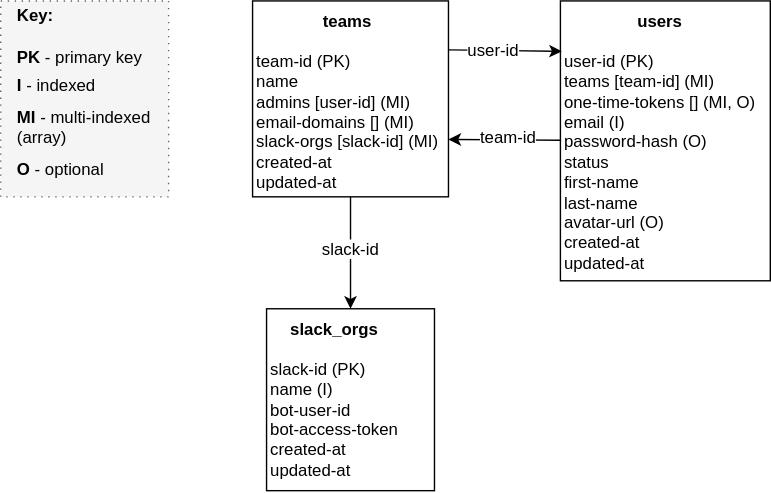
open-company/open-company-auth keeps this draw.io diagram as docs/OC-Auth-Schema.svg. Above is the earlier version. Source tidied: cells renumbered, new cells last; positions are measured from the earlier drawing's top-left corner, leaving out a move shared by most shapes. Its diagram source:
```xml
<mxGraphModel background="#ffffff">
  <root>
    <mxCell id="0" />
    <mxCell id="1" parent="0" />
    <mxCell id="2" style="whiteSpace=wrap;html=1;fontSize=12;fontColor=#000000;align=left;fillColor=#f5f5f5;strokeColor=#666666;dashed=1;dashPattern=1 4;" parent="1" vertex="1">
      <mxGeometry width="120" height="140" as="geometry" />
    </mxCell>
    <mxCell id="3" value="&lt;div style=&quot;text-align: center&quot;&gt;&lt;font color=&quot;#000000&quot;&gt;&lt;b&gt;teams&lt;/b&gt;&lt;/font&gt;&lt;/div&gt;&lt;div&gt;&lt;font color=&quot;#000000&quot;&gt;&lt;br&gt;&lt;/font&gt;&lt;/div&gt;&lt;div&gt;&lt;font color=&quot;#000000&quot;&gt;team-id (PK)&lt;/font&gt;&lt;/div&gt;&lt;div&gt;&lt;font color=&quot;#000000&quot;&gt;name&lt;/font&gt;&lt;/div&gt;&lt;div&gt;&lt;font color=&quot;#000000&quot;&gt;admins [user-id] (MI)&lt;/font&gt;&lt;/div&gt;&lt;div&gt;&lt;font color=&quot;#000000&quot;&gt;email-domains [] (MI)&lt;/font&gt;&lt;/div&gt;&lt;div&gt;&lt;font color=&quot;#000000&quot;&gt;slack-orgs [slack-id] (MI)&lt;/font&gt;&lt;/div&gt;&lt;div&gt;&lt;font color=&quot;#000000&quot;&gt;created-at&lt;/font&gt;&lt;/div&gt;&lt;div&gt;&lt;font color=&quot;#000000&quot;&gt;updated-at&lt;/font&gt;&lt;/div&gt;" style="whiteSpace=wrap;html=1;fontSize=12;fontColor=#000000;align=left;verticalAlign=top;" parent="1" vertex="1">
      <mxGeometry x="180" width="140" height="140" as="geometry" />
    </mxCell>
    <mxCell id="4" value="&lt;div style=&quot;text-align: center&quot;&gt;&lt;div style=&quot;text-align: center&quot;&gt;&lt;b&gt;users&lt;/b&gt;&lt;/div&gt;&lt;div style=&quot;text-align: left&quot;&gt;&lt;br&gt;&lt;/div&gt;&lt;div style=&quot;text-align: left&quot;&gt;user-id (PK)&lt;/div&gt;&lt;div style=&quot;text-align: left&quot;&gt;teams [team-id] (MI)&lt;/div&gt;&lt;div style=&quot;text-align: left&quot;&gt;one-time-tokens [] (MI, O)&lt;/div&gt;&lt;div style=&quot;text-align: left&quot;&gt;email (I)&lt;/div&gt;&lt;div style=&quot;text-align: left&quot;&gt;password-hash (O)&lt;/div&gt;&lt;div style=&quot;text-align: left&quot;&gt;status&lt;/div&gt;&lt;div style=&quot;text-align: left&quot;&gt;first-name&lt;/div&gt;&lt;div style=&quot;text-align: left&quot;&gt;last-name&lt;/div&gt;&lt;div style=&quot;text-align: left&quot;&gt;avatar-url (O)&lt;/div&gt;&lt;div style=&quot;text-align: left&quot;&gt;created-at&lt;/div&gt;&lt;div style=&quot;text-align: left&quot;&gt;updated-at&lt;/div&gt;&lt;/div&gt;" style="whiteSpace=wrap;html=1;fontSize=12;fontColor=#000000;align=left;verticalAlign=top;" parent="1" vertex="1">
      <mxGeometry x="400" width="150" height="200" as="geometry" />
    </mxCell>
    <mxCell id="5" style="endArrow=classic;html=1;strokeColor=#000000;fontSize=12;fontColor=#000000;exitX=1;exitY=0.25;entryX=0.007;entryY=0.18;entryPerimeter=0;" parent="1" edge="1" source="3" target="4">
      <mxGeometry relative="1" as="geometry" />
    </mxCell>
    <mxCell id="6" value="user-id" style="text;html=1;align=center;verticalAlign=middle;labelBackgroundColor=#ffffff;fontSize=12;fontColor=#000000;" parent="5" vertex="1">
      <mxGeometry x="-0.1" y="-3" relative="1" as="geometry">
        <mxPoint x="-4" y="-4" as="offset" />
      </mxGeometry>
    </mxCell>
    <mxCell id="7" style="endArrow=classic;html=1;strokeColor=#000000;fontSize=12;fontColor=#000000;entryX=1;entryY=0.707;entryPerimeter=0;" parent="1" edge="1" source="4" target="3">
      <mxGeometry relative="1" as="geometry" />
    </mxCell>
    <mxCell id="8" value="team-id" style="text;html=1;align=center;verticalAlign=middle;labelBackgroundColor=#ffffff;fontSize=12;fontColor=#000000;" parent="7" vertex="1">
      <mxGeometry x="-0.04" y="-3" relative="1" as="geometry" />
    </mxCell>
    <mxCell id="9" value="&lt;div style=&quot;text-align: center&quot;&gt;&lt;font color=&quot;#000000&quot;&gt;&lt;b&gt;slack_orgs&lt;/b&gt;&lt;/font&gt;&lt;/div&gt;&lt;div&gt;&lt;font color=&quot;#000000&quot;&gt;&lt;br&gt;&lt;/font&gt;&lt;/div&gt;&lt;div&gt;&lt;font color=&quot;#000000&quot;&gt;slack-id (PK)&lt;/font&gt;&lt;/div&gt;&lt;div&gt;&lt;font color=&quot;#000000&quot;&gt;name (I)&lt;/font&gt;&lt;/div&gt;&lt;div&gt;&lt;span&gt;bot-user-id&lt;/span&gt;&lt;br&gt;&lt;/div&gt;&lt;div&gt;&lt;span&gt;bot-access-token&lt;/span&gt;&lt;/div&gt;&lt;div&gt;&lt;font color=&quot;#000000&quot;&gt;created-at&lt;/font&gt;&lt;/div&gt;&lt;div&gt;&lt;font color=&quot;#000000&quot;&gt;updated-at&lt;/font&gt;&lt;/div&gt;" style="whiteSpace=wrap;html=1;fontSize=12;fontColor=#000000;align=left;verticalAlign=top;" parent="1" vertex="1">
      <mxGeometry x="190" y="220" width="120" height="130" as="geometry" />
    </mxCell>
    <mxCell id="10" style="endArrow=classic;html=1;strokeColor=#000000;fontSize=12;fontColor=#000000;" parent="1" edge="1" source="3" target="9">
      <mxGeometry relative="1" as="geometry" />
    </mxCell>
    <mxCell id="11" value="slack-id" style="text;html=1;align=center;verticalAlign=middle;labelBackgroundColor=#ffffff;fontSize=12;fontColor=#000000;" parent="10" vertex="1">
      <mxGeometry x="-0.1" relative="1" as="geometry" />
    </mxCell>
    <mxCell id="12" value="&lt;b&gt;Key:&lt;/b&gt;" style="text;html=1;strokeColor=none;fillColor=none;align=left;verticalAlign=middle;whiteSpace=wrap;" parent="1" vertex="1">
      <mxGeometry x="10" width="40" height="20" as="geometry" />
    </mxCell>
    <mxCell id="13" value="&lt;b&gt;PK&lt;/b&gt; - primary key" style="text;html=1;strokeColor=none;fillColor=none;align=left;verticalAlign=middle;whiteSpace=wrap;fontSize=12;fontColor=#000000;" parent="1" vertex="1">
      <mxGeometry x="10" y="30" width="110" height="20" as="geometry" />
    </mxCell>
    <mxCell id="14" value="&lt;b&gt;I&lt;/b&gt; - indexed" style="text;html=1;strokeColor=none;fillColor=none;align=left;verticalAlign=middle;whiteSpace=wrap;fontSize=12;fontColor=#000000;" parent="1" vertex="1">
      <mxGeometry x="10" y="50" width="110" height="20" as="geometry" />
    </mxCell>
    <mxCell id="15" value="&lt;b&gt;MI&lt;/b&gt; - multi-indexed (array)" style="text;html=1;strokeColor=none;fillColor=none;align=left;verticalAlign=middle;whiteSpace=wrap;fontSize=12;fontColor=#000000;" parent="1" vertex="1">
      <mxGeometry x="10" y="80" width="110" height="20" as="geometry" />
    </mxCell>
    <mxCell id="16" value="&lt;b&gt;O&lt;/b&gt; - optional" style="text;html=1;strokeColor=none;fillColor=none;align=left;verticalAlign=middle;whiteSpace=wrap;fontSize=12;fontColor=#000000;" parent="1" vertex="1">
      <mxGeometry x="10" y="110" width="110" height="20" as="geometry" />
    </mxCell>
    <mxCell id="17" style="edgeStyle=orthogonalEdgeStyle;rounded=0;html=1;exitX=0.25;exitY=1;entryX=0.25;entryY=1;endArrow=none;endFill=0;jettySize=auto;orthogonalLoop=1;strokeColor=#000000;fontSize=12;fontColor=#000000;" parent="1" edge="1" source="9" target="9">
      <mxGeometry relative="1" as="geometry" />
    </mxCell>
    <mxCell id="18" style="edgeStyle=orthogonalEdgeStyle;rounded=0;html=1;exitX=0.5;exitY=1;endArrow=none;endFill=0;jettySize=auto;orthogonalLoop=1;strokeColor=#000000;fontSize=12;fontColor=#000000;" parent="1" edge="1" source="9" target="9">
      <mxGeometry relative="1" as="geometry" />
    </mxCell>
  </root>
</mxGraphModel>
```
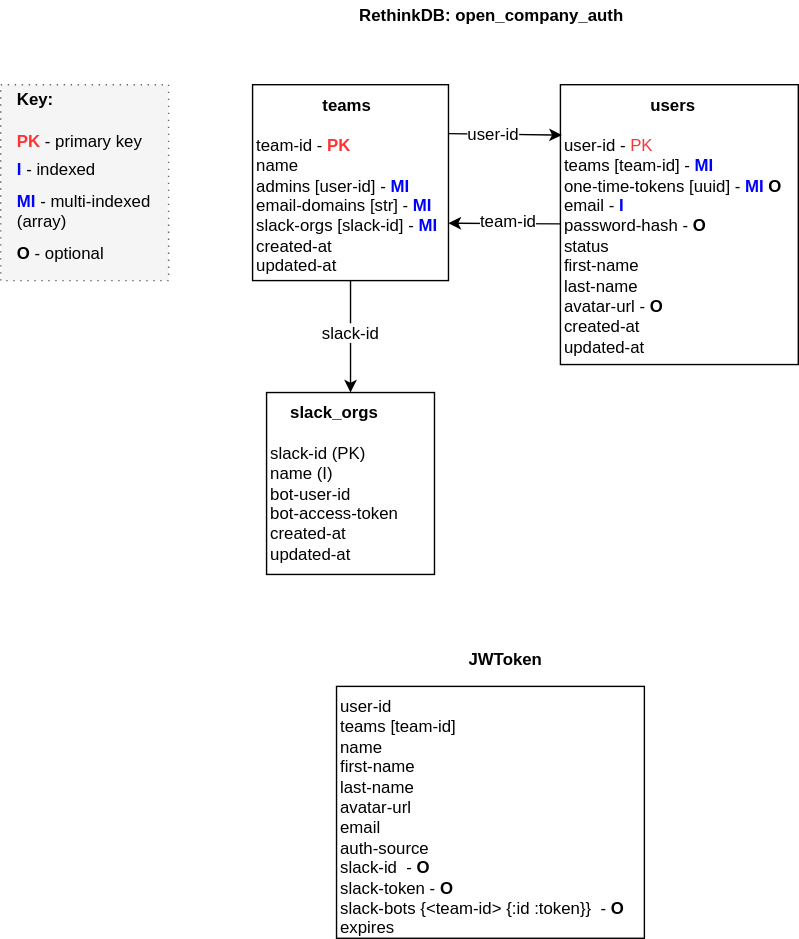
After the change.

Commit message:
Use JWToken schema check from oc.lib. Some minor code cleanup.

What changed in the source:
```diff
@@ -5,11 +5,11 @@
     <mxCell id="2" style="whiteSpace=wrap;html=1;fontSize=12;fontColor=#000000;align=left;fillColor=#f5f5f5;strokeColor=#666666;dashed=1;dashPattern=1 4;" parent="1" vertex="1">
       <mxGeometry width="120" height="140" as="geometry" />
     </mxCell>
-    <mxCell id="3" value="&lt;div style=&quot;text-align: center&quot;&gt;&lt;font color=&quot;#000000&quot;&gt;&lt;b&gt;teams&lt;/b&gt;&lt;/font&gt;&lt;/div&gt;&lt;div&gt;&lt;font color=&quot;#000000&quot;&gt;&lt;br&gt;&lt;/font&gt;&lt;/div&gt;&lt;div&gt;&lt;font color=&quot;#000000&quot;&gt;team-id (PK)&lt;/font&gt;&lt;/div&gt;&lt;div&gt;&lt;font color=&quot;#000000&quot;&gt;name&lt;/font&gt;&lt;/div&gt;&lt;div&gt;&lt;font color=&quot;#000000&quot;&gt;admins [user-id] (MI)&lt;/font&gt;&lt;/div&gt;&lt;div&gt;&lt;font color=&quot;#000000&quot;&gt;email-domains [] (MI)&lt;/font&gt;&lt;/div&gt;&lt;div&gt;&lt;font color=&quot;#000000&quot;&gt;slack-orgs [slack-id] (MI)&lt;/font&gt;&lt;/div&gt;&lt;div&gt;&lt;font color=&quot;#000000&quot;&gt;created-at&lt;/font&gt;&lt;/div&gt;&lt;div&gt;&lt;font color=&quot;#000000&quot;&gt;updated-at&lt;/font&gt;&lt;/div&gt;" style="whiteSpace=wrap;html=1;fontSize=12;fontColor=#000000;align=left;verticalAlign=top;" parent="1" vertex="1">
+    <mxCell id="3" value="&lt;div style=&quot;text-align: center&quot;&gt;&lt;font color=&quot;#000000&quot;&gt;&lt;b&gt;teams&lt;/b&gt;&lt;/font&gt;&lt;/div&gt;&lt;div&gt;&lt;font color=&quot;#000000&quot;&gt;&lt;br&gt;&lt;/font&gt;&lt;/div&gt;&lt;div&gt;&lt;font color=&quot;#000000&quot;&gt;team-id -&amp;nbsp;&lt;/font&gt;&lt;font color=&quot;#ff3333&quot;&gt;&lt;b&gt;PK&lt;/b&gt;&lt;/font&gt;&lt;/div&gt;&lt;div&gt;&lt;font color=&quot;#000000&quot;&gt;name&lt;/font&gt;&lt;/div&gt;&lt;div&gt;&lt;font color=&quot;#000000&quot;&gt;admins [user-id] -&amp;nbsp;&lt;/font&gt;&lt;font color=&quot;#0000ff&quot;&gt;&lt;b&gt;MI&lt;/b&gt;&lt;/font&gt;&lt;/div&gt;&lt;div&gt;email-domains [str] - &lt;b&gt;&lt;font color=&quot;#0000ff&quot;&gt;MI&lt;/font&gt;&lt;/b&gt;&lt;/div&gt;&lt;div&gt;slack-orgs [slack-id] - &lt;b&gt;&lt;font color=&quot;#0000ff&quot;&gt;MI&lt;/font&gt;&lt;/b&gt;&lt;/div&gt;&lt;div&gt;&lt;font color=&quot;#000000&quot;&gt;created-at&lt;/font&gt;&lt;/div&gt;&lt;div&gt;&lt;font color=&quot;#000000&quot;&gt;updated-at&lt;/font&gt;&lt;/div&gt;" style="whiteSpace=wrap;html=1;fontSize=12;fontColor=#000000;align=left;verticalAlign=top;" parent="1" vertex="1">
       <mxGeometry x="180" width="140" height="140" as="geometry" />
     </mxCell>
-    <mxCell id="4" value="&lt;div style=&quot;text-align: center&quot;&gt;&lt;div style=&quot;text-align: center&quot;&gt;&lt;b&gt;users&lt;/b&gt;&lt;/div&gt;&lt;div style=&quot;text-align: left&quot;&gt;&lt;br&gt;&lt;/div&gt;&lt;div style=&quot;text-align: left&quot;&gt;user-id (PK)&lt;/div&gt;&lt;div style=&quot;text-align: left&quot;&gt;teams [team-id] (MI)&lt;/div&gt;&lt;div style=&quot;text-align: left&quot;&gt;one-time-tokens [] (MI, O)&lt;/div&gt;&lt;div style=&quot;text-align: left&quot;&gt;email (I)&lt;/div&gt;&lt;div style=&quot;text-align: left&quot;&gt;password-hash (O)&lt;/div&gt;&lt;div style=&quot;text-align: left&quot;&gt;status&lt;/div&gt;&lt;div style=&quot;text-align: left&quot;&gt;first-name&lt;/div&gt;&lt;div style=&quot;text-align: left&quot;&gt;last-name&lt;/div&gt;&lt;div style=&quot;text-align: left&quot;&gt;avatar-url (O)&lt;/div&gt;&lt;div style=&quot;text-align: left&quot;&gt;created-at&lt;/div&gt;&lt;div style=&quot;text-align: left&quot;&gt;updated-at&lt;/div&gt;&lt;/div&gt;" style="whiteSpace=wrap;html=1;fontSize=12;fontColor=#000000;align=left;verticalAlign=top;" parent="1" vertex="1">
-      <mxGeometry x="400" width="150" height="200" as="geometry" />
+    <mxCell id="4" value="&lt;div style=&quot;text-align: center&quot;&gt;&lt;div style=&quot;text-align: center&quot;&gt;&lt;b&gt;users&lt;/b&gt;&lt;/div&gt;&lt;div style=&quot;text-align: left&quot;&gt;&lt;br&gt;&lt;/div&gt;&lt;div style=&quot;text-align: left&quot;&gt;user-id - &lt;font color=&quot;#ff3333&quot;&gt;PK&lt;/font&gt;&lt;/div&gt;&lt;div style=&quot;text-align: left&quot;&gt;teams [team-id] - &lt;font color=&quot;#0000ff&quot;&gt;&lt;b&gt;MI&lt;/b&gt;&lt;/font&gt;&lt;/div&gt;&lt;div style=&quot;text-align: left&quot;&gt;one-time-tokens [uuid] - &lt;font color=&quot;#0000ff&quot;&gt;&lt;b&gt;MI&lt;/b&gt;&lt;/font&gt; &lt;b&gt;O&lt;/b&gt;&lt;/div&gt;&lt;div style=&quot;text-align: left&quot;&gt;email - &lt;b&gt;&lt;font color=&quot;#0000ff&quot;&gt;I&lt;/font&gt;&lt;/b&gt;&lt;/div&gt;&lt;div style=&quot;text-align: left&quot;&gt;password-hash -&amp;nbsp;&lt;b&gt;O&lt;/b&gt;&lt;/div&gt;&lt;div style=&quot;text-align: left&quot;&gt;status&lt;/div&gt;&lt;div style=&quot;text-align: left&quot;&gt;first-name&lt;/div&gt;&lt;div style=&quot;text-align: left&quot;&gt;last-name&lt;/div&gt;&lt;div style=&quot;text-align: left&quot;&gt;avatar-url - &lt;b&gt;O&lt;/b&gt;&lt;/div&gt;&lt;div style=&quot;text-align: left&quot;&gt;created-at&lt;/div&gt;&lt;div style=&quot;text-align: left&quot;&gt;updated-at&lt;/div&gt;&lt;/div&gt;" style="whiteSpace=wrap;html=1;fontSize=12;fontColor=#000000;align=left;verticalAlign=top;" parent="1" vertex="1">
+      <mxGeometry x="400" width="170" height="200" as="geometry" />
     </mxCell>
     <mxCell id="5" style="endArrow=classic;html=1;strokeColor=#000000;fontSize=12;fontColor=#000000;exitX=1;exitY=0.25;entryX=0.007;entryY=0.18;entryPerimeter=0;" parent="1" edge="1" source="3" target="4">
       <mxGeometry relative="1" as="geometry" />
@@ -37,13 +37,13 @@
     <mxCell id="12" value="&lt;b&gt;Key:&lt;/b&gt;" style="text;html=1;strokeColor=none;fillColor=none;align=left;verticalAlign=middle;whiteSpace=wrap;" parent="1" vertex="1">
       <mxGeometry x="10" width="40" height="20" as="geometry" />
     </mxCell>
-    <mxCell id="13" value="&lt;b&gt;PK&lt;/b&gt; - primary key" style="text;html=1;strokeColor=none;fillColor=none;align=left;verticalAlign=middle;whiteSpace=wrap;fontSize=12;fontColor=#000000;" parent="1" vertex="1">
+    <mxCell id="13" value="&lt;b&gt;&lt;font color=&quot;#ff3333&quot;&gt;PK&lt;/font&gt;&lt;/b&gt; - primary key" style="text;html=1;strokeColor=none;fillColor=none;align=left;verticalAlign=middle;whiteSpace=wrap;fontSize=12;fontColor=#000000;" parent="1" vertex="1">
       <mxGeometry x="10" y="30" width="110" height="20" as="geometry" />
     </mxCell>
-    <mxCell id="14" value="&lt;b&gt;I&lt;/b&gt; - indexed" style="text;html=1;strokeColor=none;fillColor=none;align=left;verticalAlign=middle;whiteSpace=wrap;fontSize=12;fontColor=#000000;" parent="1" vertex="1">
+    <mxCell id="14" value="&lt;b&gt;&lt;font color=&quot;#0000ff&quot;&gt;I&lt;/font&gt;&lt;/b&gt; - indexed" style="text;html=1;strokeColor=none;fillColor=none;align=left;verticalAlign=middle;whiteSpace=wrap;fontSize=12;fontColor=#000000;" parent="1" vertex="1">
       <mxGeometry x="10" y="50" width="110" height="20" as="geometry" />
     </mxCell>
-    <mxCell id="15" value="&lt;b&gt;MI&lt;/b&gt; - multi-indexed (array)" style="text;html=1;strokeColor=none;fillColor=none;align=left;verticalAlign=middle;whiteSpace=wrap;fontSize=12;fontColor=#000000;" parent="1" vertex="1">
+    <mxCell id="15" value="&lt;b&gt;&lt;font color=&quot;#0000ff&quot;&gt;MI&lt;/font&gt;&lt;/b&gt; - multi-indexed (array)" style="text;html=1;strokeColor=none;fillColor=none;align=left;verticalAlign=middle;whiteSpace=wrap;fontSize=12;fontColor=#000000;" parent="1" vertex="1">
       <mxGeometry x="10" y="80" width="110" height="20" as="geometry" />
     </mxCell>
     <mxCell id="16" value="&lt;b&gt;O&lt;/b&gt; - optional" style="text;html=1;strokeColor=none;fillColor=none;align=left;verticalAlign=middle;whiteSpace=wrap;fontSize=12;fontColor=#000000;" parent="1" vertex="1">
@@ -55,5 +55,14 @@
     <mxCell id="18" style="edgeStyle=orthogonalEdgeStyle;rounded=0;html=1;exitX=0.5;exitY=1;endArrow=none;endFill=0;jettySize=auto;orthogonalLoop=1;strokeColor=#000000;fontSize=12;fontColor=#000000;" parent="1" edge="1" source="9" target="9">
       <mxGeometry relative="1" as="geometry" />
     </mxCell>
+    <mxCell id="19" value="&lt;div style=&quot;text-align: left&quot;&gt;&lt;b&gt;RethinkDB: open_company_auth&lt;/b&gt;&lt;/div&gt;" style="text;html=1;strokeColor=none;fillColor=none;align=center;verticalAlign=middle;whiteSpace=wrap;dashed=1;dashPattern=1 4;fontSize=12;fontColor=#000000;" parent="1" vertex="1">
+      <mxGeometry x="225" y="-60" width="250" height="20" as="geometry" />
+    </mxCell>
+    <mxCell id="20" value="&lt;div style=&quot;text-align: left&quot;&gt;&lt;b&gt;JWToken&lt;/b&gt;&lt;/div&gt;" style="text;html=1;strokeColor=none;fillColor=none;align=center;verticalAlign=middle;whiteSpace=wrap;dashed=1;dashPattern=1 4;fontSize=12;fontColor=#000000;" parent="1" vertex="1">
+      <mxGeometry x="235" y="400" width="250" height="20" as="geometry" />
+    </mxCell>
+    <mxCell id="21" value="&lt;div&gt;user-id&lt;/div&gt;&lt;div&gt;teams [team-id]&lt;/div&gt;&lt;div&gt;name&lt;/div&gt;&lt;div&gt;first-name&lt;/div&gt;&lt;div&gt;last-name&lt;/div&gt;&lt;div&gt;avatar-url&lt;/div&gt;&lt;div&gt;email&lt;/div&gt;&lt;div&gt;auth-source&lt;/div&gt;&lt;div&gt;slack-id &amp;nbsp;- &lt;b&gt;O&lt;/b&gt;&lt;/div&gt;&lt;div&gt;slack-token - &lt;b&gt;O&lt;/b&gt;&lt;/div&gt;&lt;div&gt;slack-bots {&amp;lt;team-id&amp;gt; {:id :token}} &amp;nbsp;-&amp;nbsp;&lt;b&gt;O&lt;/b&gt;&lt;/div&gt;&lt;div&gt;expires&lt;/div&gt;" style="whiteSpace=wrap;html=1;fontSize=12;fontColor=#000000;align=left;verticalAlign=top;" parent="1" vertex="1">
+      <mxGeometry x="240" y="430" width="220" height="180" as="geometry" />
+    </mxCell>
   </root>
 </mxGraphModel>
```
